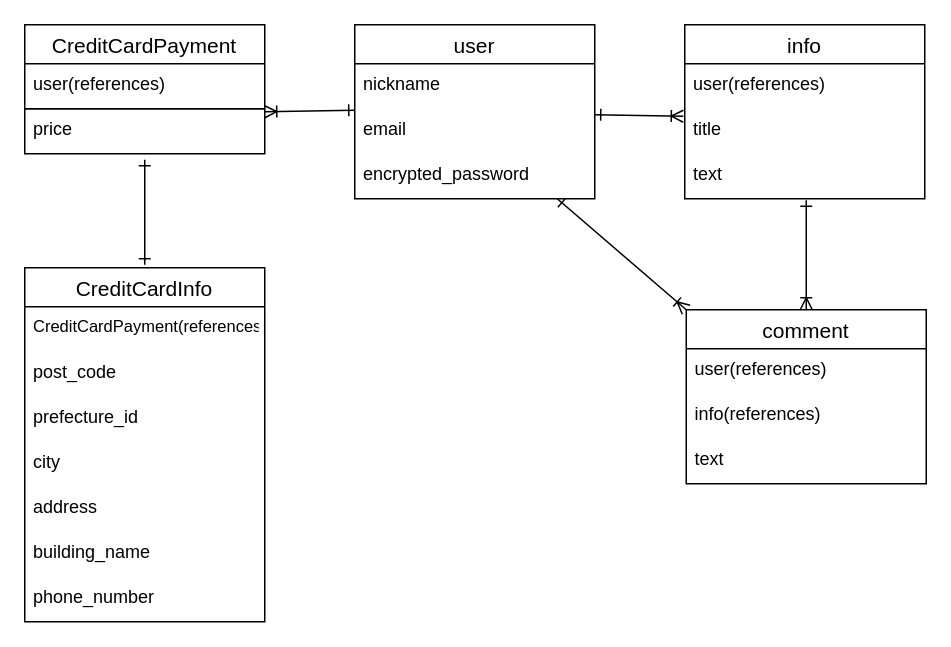
This is guruguru.dio from yahobaby/guruguru, a draw.io file, before an edit. Source tidied: cells renumbered, new cells numbered last; positions are measured from the earlier drawing's top-left corner, leaving out a move shared by most shapes. Both pictures are drawn from the tidied source at 150%, with x=0, y=0 at pixel (24, 24).
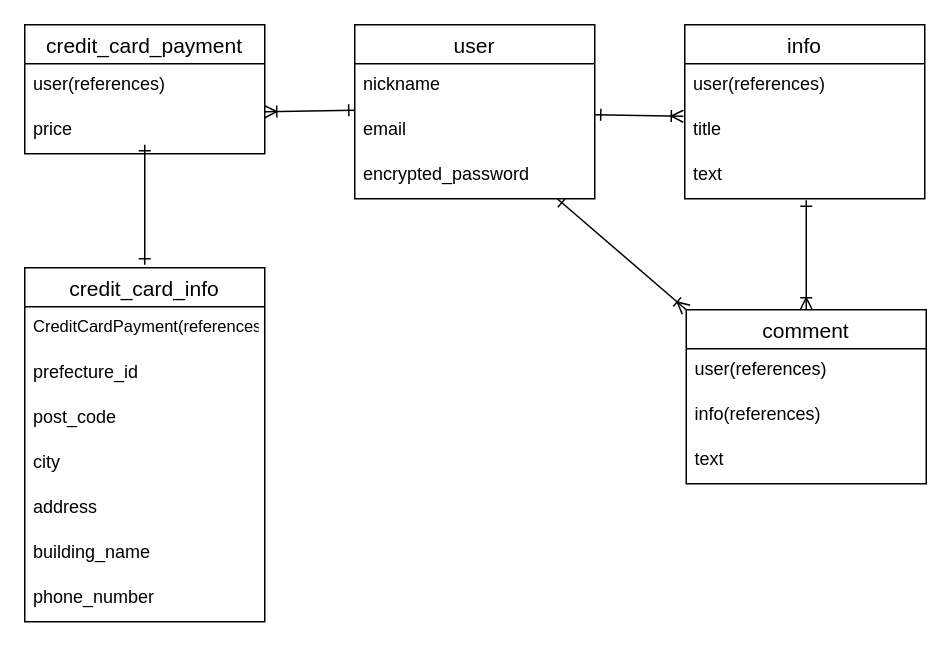
After the change.

What changed in the source:
```diff
@@
-    <mxCell id="2" value="CreditCardPayment" style="swimlane;fontStyle=0;horizontal=1;startSize=26;align=center;fontSize=14;" parent="1" vertex="1">
-      <mxGeometry width="160" height="56" as="geometry" />
+    <mxCell id="2" value="credit_card_payment" style="swimlane;fontStyle=0;horizontal=1;startSize=26;align=center;fontSize=14;" parent="1" vertex="1">
+      <mxGeometry width="160" height="86" as="geometry" />
     </mxCell>
@@
+    <mxCell id="28" value="price" style="text;strokeColor=none;fillColor=none;spacingLeft=4;spacingRight=4;overflow=hidden;fontSize=12;" parent="2" vertex="1">
+      <mxGeometry y="56" width="160" height="30" as="geometry" />
+    </mxCell>
-    <mxCell id="4" value="CreditCardInfo" style="swimlane;fontStyle=0;horizontal=1;startSize=26;align=center;fontSize=14;" parent="1" vertex="1">
+    <mxCell id="4" value="credit_card_info" style="swimlane;fontStyle=0;horizontal=1;startSize=26;align=center;fontSize=14;" parent="1" vertex="1">
       <mxGeometry y="162" width="160" height="236" as="geometry" />
     </mxCell>
@@
-    <mxCell id="6" value="post_code" style="text;strokeColor=none;fillColor=none;spacingLeft=4;spacingRight=4;overflow=hidden;fontSize=12;" parent="4" vertex="1">
-      <mxGeometry y="56" width="160" height="30" as="geometry" />
-    </mxCell>
-    <mxCell id="7" value="prefecture_id" style="text;strokeColor=none;fillColor=none;spacingLeft=4;spacingRight=4;overflow=hidden;fontSize=12;" parent="4" vertex="1">
-      <mxGeometry y="86" width="160" height="30" as="geometry" />
-    </mxCell>
+    <mxCell id="10" value="prefecture_id" style="text;strokeColor=none;fillColor=none;spacingLeft=4;spacingRight=4;overflow=hidden;fontSize=12;" parent="4" vertex="1">
+      <mxGeometry y="56" width="160" height="30" as="geometry" />
+    </mxCell>
+    <mxCell id="9" value="post_code" style="text;strokeColor=none;fillColor=none;spacingLeft=4;spacingRight=4;overflow=hidden;fontSize=12;" parent="4" vertex="1">
+      <mxGeometry y="86" width="160" height="30" as="geometry" />
+    </mxCell>
@@
-    <mxCell id="9" value="address" style="text;strokeColor=none;fillColor=none;spacingLeft=4;spacingRight=4;overflow=hidden;fontSize=12;" parent="4" vertex="1">
-      <mxGeometry y="146" width="160" height="30" as="geometry" />
-    </mxCell>
-    <mxCell id="10" value="building_name" style="text;strokeColor=none;fillColor=none;spacingLeft=4;spacingRight=4;overflow=hidden;fontSize=12;" parent="4" vertex="1">
-      <mxGeometry y="176" width="160" height="30" as="geometry" />
-    </mxCell>
+    <mxCell id="30" value="address" style="text;strokeColor=none;fillColor=none;spacingLeft=4;spacingRight=4;overflow=hidden;fontSize=12;" parent="4" vertex="1">
+      <mxGeometry y="146" width="160" height="30" as="geometry" />
+    </mxCell>
+    <mxCell id="31" value="building_name" style="text;strokeColor=none;fillColor=none;spacingLeft=4;spacingRight=4;overflow=hidden;fontSize=12;" parent="4" vertex="1">
+      <mxGeometry y="176" width="160" height="30" as="geometry" />
+    </mxCell>
@@
     <mxCell id="20" style="endArrow=ERone;startArrow=ERone;html=1;startFill=0;endFill=0;" parent="1" edge="1">
       <mxGeometry relative="1" as="geometry">
         <mxPoint x="80" y="160" as="sourcePoint" />
-        <mxPoint x="80" y="90" as="targetPoint" />
+        <mxPoint x="80" y="80" as="targetPoint" />
       </mxGeometry>
     </mxCell>
@@
-    <mxCell id="28" value="price" style="text;strokeColor=default;fillColor=none;spacingLeft=4;spacingRight=4;overflow=hidden;fontSize=12;" parent="1" vertex="1">
-      <mxGeometry y="56" width="160" height="30" as="geometry" />
-    </mxCell>
```
